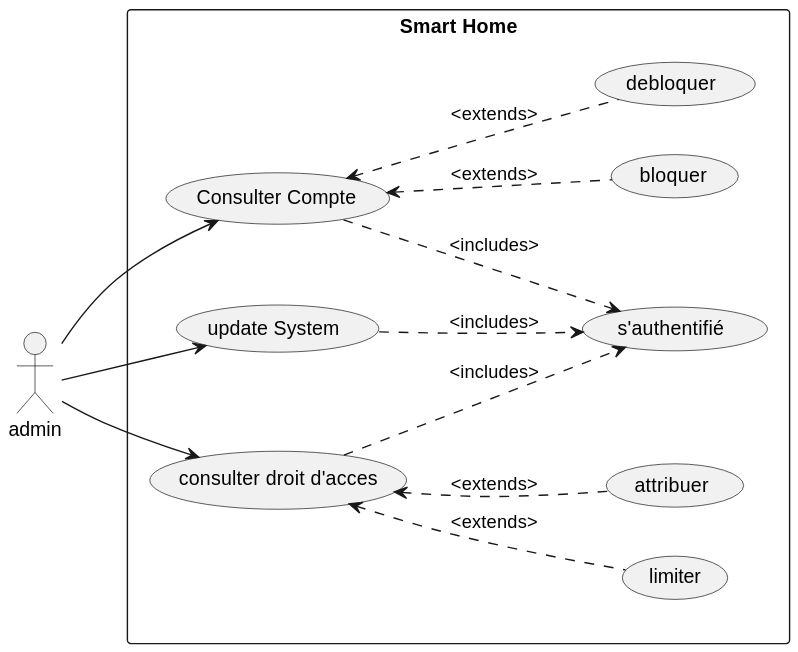
Above: out/UmlDiagrams/DCUAdmin/DCUAdmin.svg in SemSSK/SmartHome (PlantUML), before the change. The source it was exported from:
```plantuml
@startuml
    left to right direction
    actor admin as ad
    rectangle "Smart Home"{
        usecase "update System" as update
        usecase "Consulter Compte" as consCompt
        usecase bloquer
        usecase debloquer
        usecase "s'authentifié" as login
        usecase attribuer
        usecase "consulter droit d'acces" as consAccess
        usecase limiter
        usecase attribuer
    }
    ad --> update
    ad --> consCompt
    ad --> consAccess
    consCompt <.down. bloquer : <extends>
    consCompt <.down. debloquer : <extends>
    consAccess <.down. attribuer : <extends>
    consAccess <.down. limiter : <extends>
    update .down.> login : <includes>
    consCompt .down.> login : <includes>
    consAccess .down.> login : <includes>
@enduml
```
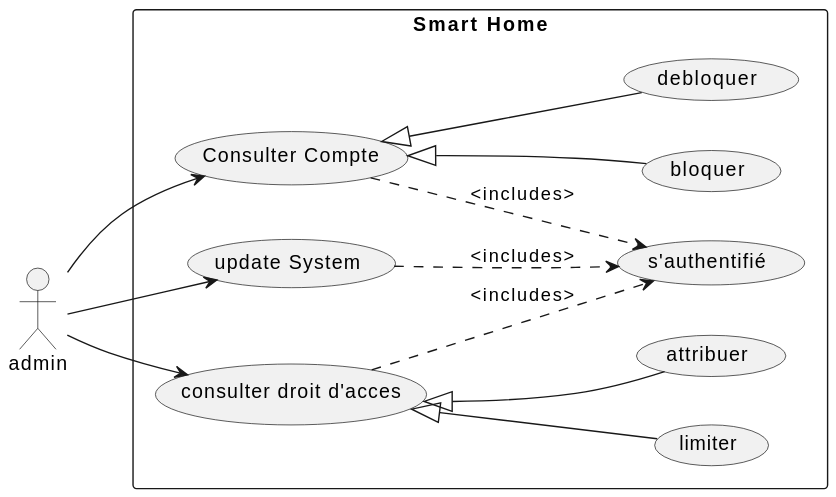
Above is the later version.

Change to the diagram source:
```diff
@@ -15,10 +15,10 @@
     ad --> update
     ad --> consCompt
     ad --> consAccess
-    consCompt <.down. bloquer : <extends>
-    consCompt <.down. debloquer : <extends>
-    consAccess <.down. attribuer : <extends>
-    consAccess <.down. limiter : <extends>
+    consCompt <|-- bloquer
+    consCompt <|-- debloquer
+    consAccess <|-- attribuer
+    consAccess <|-- limiter
     update .down.> login : <includes>
     consCompt .down.> login : <includes>
     consAccess .down.> login : <includes>
```
